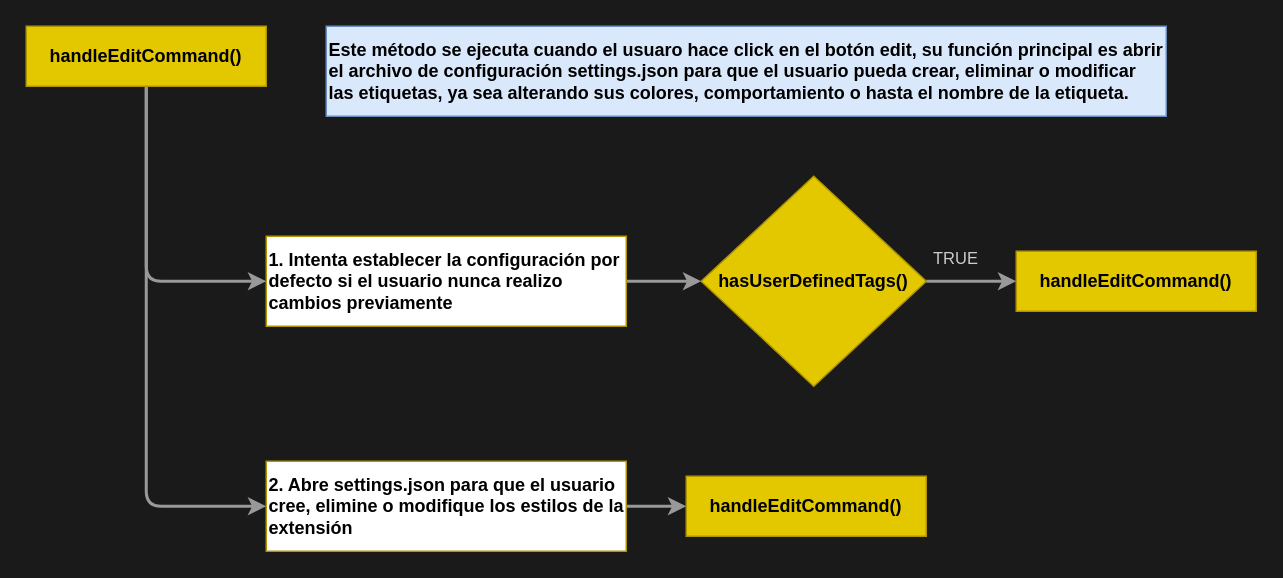
Above: page "handleEditCommand()" (2 of 3) of logic.drawio in lordexe22/color-suit-comments (draw.io), before the change. Source tidied: cells renumbered, new cells numbered last; positions are measured from the earlier drawing's top-left corner, leaving out a move shared by most shapes. Both pictures are drawn from the tidied source at 150%, with x=0, y=0 at pixel (26, 26).
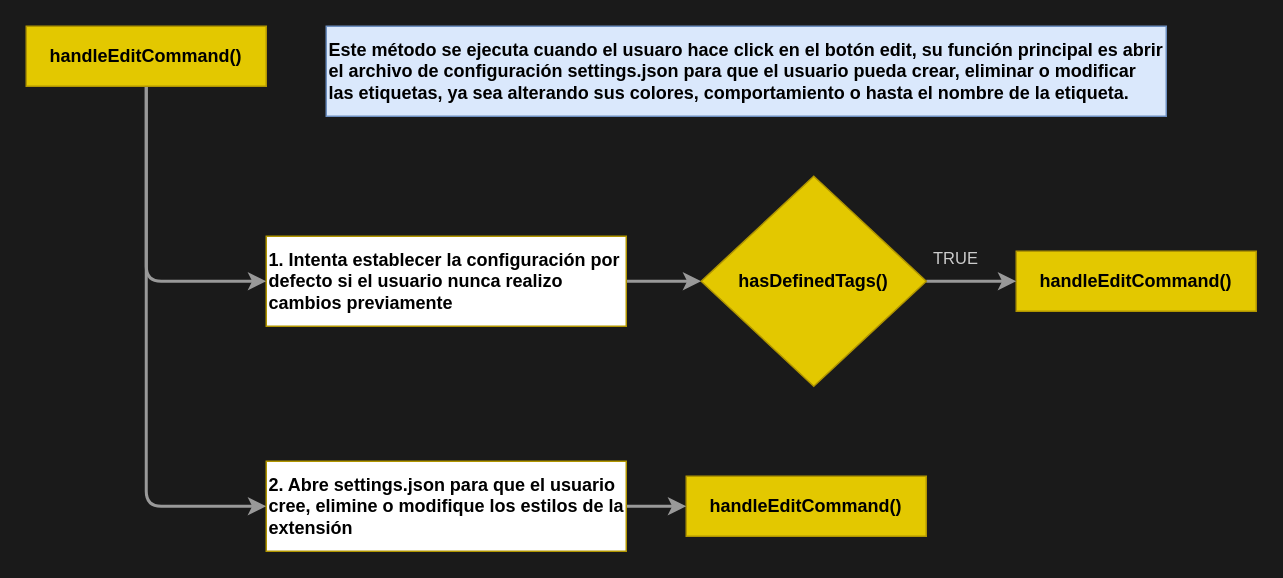
Above is the later version.

Diff of the diagram source:
```diff
@@
 <mxGraphModel background="#1A1A1A">
   <root>
     <mxCell id="0" />
     <mxCell id="1" parent="0" />
     <mxCell id="2" style="edgeStyle=elbowEdgeStyle;html=1;entryX=0;entryY=0.5;entryDx=0;entryDy=0;strokeColor=#999999;strokeWidth=2;" parent="1" edge="1" source="4" target="6">
       <mxGeometry relative="1" as="geometry">
         <Array as="points">
           <mxPoint x="80" y="130" />
         </Array>
       </mxGeometry>
     </mxCell>
     <mxCell id="3" style="edgeStyle=elbowEdgeStyle;shape=connector;rounded=1;html=1;entryX=0;entryY=0.5;entryDx=0;entryDy=0;strokeColor=#999999;strokeWidth=2;align=center;verticalAlign=middle;fontFamily=Helvetica;fontSize=11;fontColor=default;labelBackgroundColor=default;endArrow=classic;" parent="1" edge="1" source="4" target="13">
       <mxGeometry relative="1" as="geometry">
         <Array as="points">
           <mxPoint x="80" y="280" />
         </Array>
       </mxGeometry>
     </mxCell>
     <mxCell id="4" value="&lt;b&gt;handleEditCommand&lt;/b&gt;&lt;b style=&quot;background-color: transparent;&quot;&gt;()&lt;/b&gt;" style="rounded=0;whiteSpace=wrap;html=1;fillColor=#e3c800;strokeColor=#B09500;fontColor=#000000;" parent="1" vertex="1">
       <mxGeometry width="160" height="40" as="geometry" />
     </mxCell>
     <mxCell id="5" style="edgeStyle=elbowEdgeStyle;shape=connector;rounded=1;html=1;strokeColor=#999999;strokeWidth=2;align=center;verticalAlign=middle;fontFamily=Helvetica;fontSize=11;fontColor=default;labelBackgroundColor=default;endArrow=classic;" parent="1" edge="1" source="6" target="9">
       <mxGeometry relative="1" as="geometry" />
     </mxCell>
     <mxCell id="6" value="&lt;b&gt;1. Intenta establecer la configuración por defecto si el usuario nunca realizo cambios previamente&lt;/b&gt;" style="rounded=0;whiteSpace=wrap;html=1;fillColor=default;strokeColor=#B09500;fontColor=#000000;align=left;shadow=0;" parent="1" vertex="1">
       <mxGeometry x="160" y="140" width="240" height="60" as="geometry" />
     </mxCell>
     <mxCell id="7" value="&lt;b&gt;handleEditCommand()&lt;/b&gt;" style="rounded=0;whiteSpace=wrap;html=1;fillColor=#e3c800;strokeColor=#B09500;fontColor=#000000;" parent="1" vertex="1">
       <mxGeometry x="660" y="150" width="160" height="40" as="geometry" />
     </mxCell>
     <mxCell id="8" style="edgeStyle=elbowEdgeStyle;shape=connector;rounded=1;html=1;strokeColor=#999999;strokeWidth=2;align=center;verticalAlign=middle;fontFamily=Helvetica;fontSize=11;fontColor=default;labelBackgroundColor=default;endArrow=classic;" parent="1" edge="1" source="9" target="7">
       <mxGeometry relative="1" as="geometry" />
     </mxCell>
-    <mxCell id="9" value="&lt;font style=&quot;font-size: 12px;&quot;&gt;&lt;b&gt;hasUserDefinedTags()&lt;/b&gt;&lt;/font&gt;" style="rhombus;whiteSpace=wrap;html=1;fontFamily=Helvetica;fontSize=11;fontColor=#000000;labelBackgroundColor=none;fillColor=#e3c800;strokeColor=#B09500;" parent="1" vertex="1">
+    <mxCell id="9" value="&lt;font style=&quot;font-size: 12px;&quot;&gt;&lt;b&gt;hasDefinedTags()&lt;/b&gt;&lt;/font&gt;" style="rhombus;whiteSpace=wrap;html=1;fontFamily=Helvetica;fontSize=11;fontColor=#000000;labelBackgroundColor=none;fillColor=#e3c800;strokeColor=#B09500;" parent="1" vertex="1">
       <mxGeometry x="450" y="100" width="150" height="140" as="geometry" />
     </mxCell>
     <mxCell id="10" value="&lt;span&gt;&lt;font style=&quot;color: rgb(204, 204, 204);&quot;&gt;TRUE&lt;/font&gt;&lt;/span&gt;" style="text;html=1;align=center;verticalAlign=middle;whiteSpace=wrap;rounded=0;fontFamily=Helvetica;fontSize=11;fontColor=default;labelBackgroundColor=none;" parent="1" vertex="1">
       <mxGeometry x="590" y="140" width="60" height="30" as="geometry" />
     </mxCell>
     <mxCell id="11" value="&lt;b&gt;handleEditCommand()&lt;/b&gt;" style="rounded=0;whiteSpace=wrap;html=1;fillColor=#e3c800;strokeColor=#B09500;fontColor=#000000;" parent="1" vertex="1">
       <mxGeometry x="440" y="300" width="160" height="40" as="geometry" />
     </mxCell>
     <mxCell id="12" style="edgeStyle=elbowEdgeStyle;shape=connector;rounded=1;html=1;strokeColor=#999999;strokeWidth=2;align=center;verticalAlign=middle;fontFamily=Helvetica;fontSize=11;fontColor=default;labelBackgroundColor=default;endArrow=classic;" parent="1" edge="1" source="13" target="11">
       <mxGeometry relative="1" as="geometry" />
     </mxCell>
     <mxCell id="13" value="&lt;b&gt;2. Abre settings.json para que el usuario cree, elimine o modifique los estilos de la extensión&lt;/b&gt;" style="rounded=0;whiteSpace=wrap;html=1;fillColor=default;strokeColor=#B09500;fontColor=#000000;align=left;shadow=0;" parent="1" vertex="1">
       <mxGeometry x="160" y="290" width="240" height="60" as="geometry" />
     </mxCell>
     <mxCell id="14" value="&lt;font style=&quot;font-size: 12px;&quot;&gt;&lt;b&gt;Este método se ejecuta cuando el usuaro hace click en el botón edit, su función principal es abrir el archivo de configuración settings.json para que el usuario pueda crear, eliminar o modificar las etiquetas, ya sea alterando sus colores, comportamiento o hasta el nombre de la etiqueta.&lt;/b&gt;&lt;/font&gt;" style="rounded=0;whiteSpace=wrap;html=1;fontFamily=Helvetica;fontSize=11;labelBackgroundColor=none;fillColor=#dae8fc;strokeColor=#6c8ebf;align=left;" parent="1" vertex="1">
       <mxGeometry x="200" width="560" height="60" as="geometry" />
     </mxCell>
   </root>
 </mxGraphModel>
```
